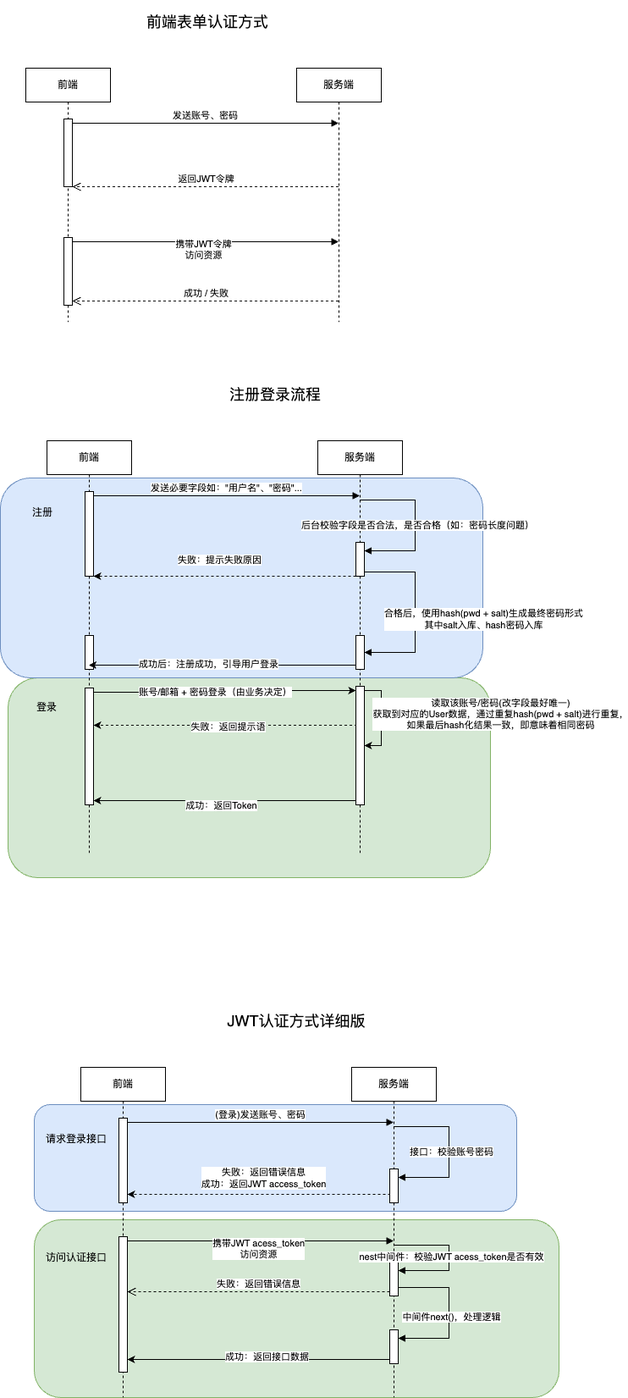
Before: Web认证方式.drawio.png, a diagram exported from draw.io (JYbill/draw). Source tidied: cells renumbered, new cells last; positions are measured from the earlier drawing's top-left corner, leaving out a move shared by most shapes.
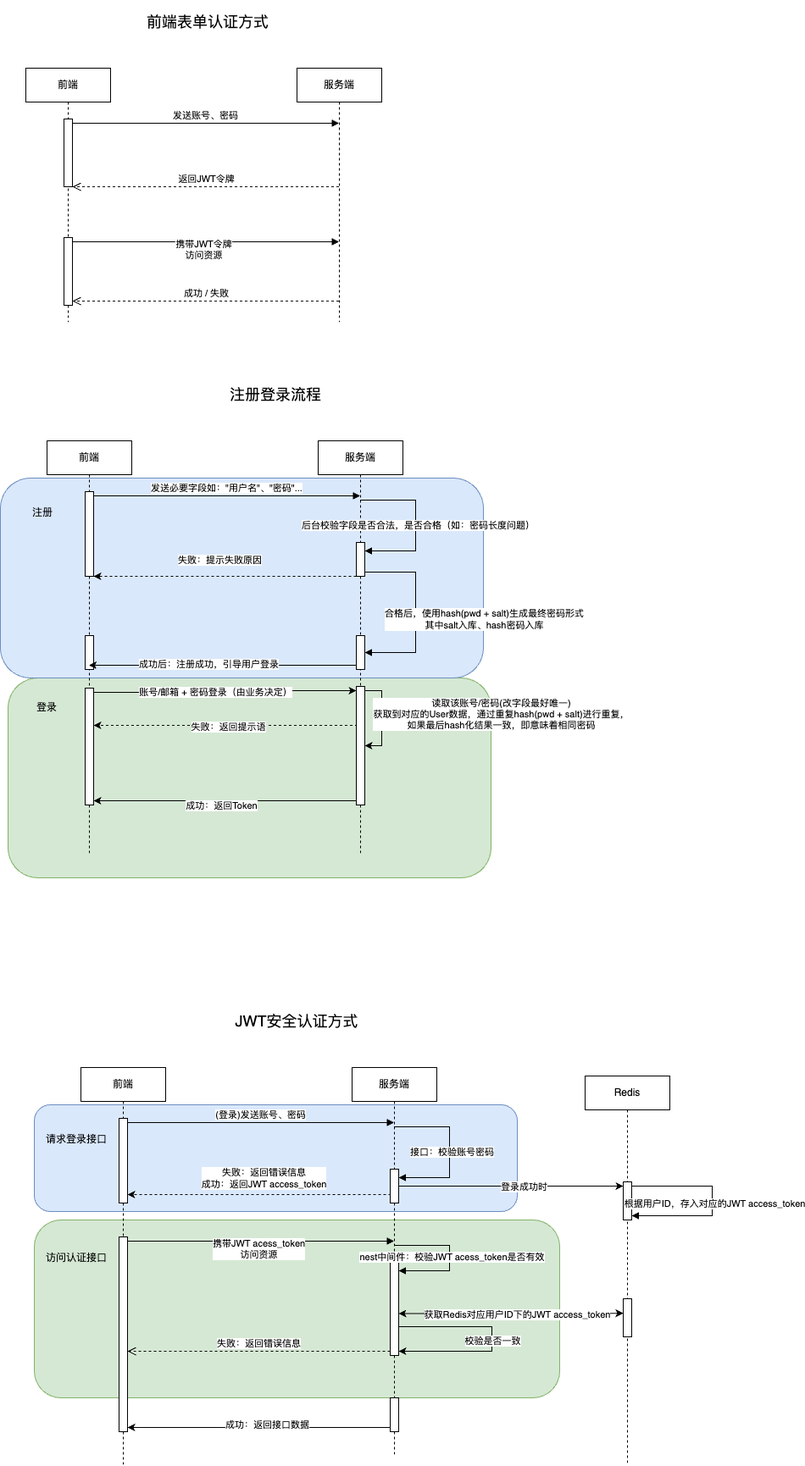
After the change.

Commit message:
更新Web认证方式.drawio.png

What changed in the source:
```diff
@@ -39,21 +39,21 @@
       <mxGeometry relative="1" as="geometry" />
     </mxCell>
     <mxCell id="14" value="前端" style="shape=umlLifeline;perimeter=lifelinePerimeter;whiteSpace=wrap;html=1;newEdgeStyle={&quot;curved&quot;:0,&quot;rounded&quot;:0};" parent="1" vertex="1">
-      <mxGeometry x="95" y="1260" width="100" height="390" as="geometry" />
+      <mxGeometry x="95" y="1260" width="100" height="470" as="geometry" />
     </mxCell>
     <mxCell id="15" style="html=1;points=[[0,0,0,0,5],[0,1,0,0,-5],[1,0,0,0,5],[1,1,0,0,-5]];perimeter=orthogonalPerimeter;outlineConnect=0;targetShapes=umlLifeline;portConstraint=eastwest;newEdgeStyle={&quot;curved&quot;:0,&quot;rounded&quot;:0};" parent="14" vertex="1">
       <mxGeometry x="45" y="60" width="10" height="100" as="geometry" />
     </mxCell>
     <mxCell id="16" style="html=1;points=[[0,0,0,0,5],[0,1,0,0,-5],[1,0,0,0,5],[1,1,0,0,-5]];perimeter=orthogonalPerimeter;outlineConnect=0;targetShapes=umlLifeline;portConstraint=eastwest;newEdgeStyle={&quot;curved&quot;:0,&quot;rounded&quot;:0};" parent="14" vertex="1">
-      <mxGeometry x="45" y="200" width="10" height="160" as="geometry" />
+      <mxGeometry x="45" y="200" width="10" height="230" as="geometry" />
     </mxCell>
-    <mxCell id="17" value="JWT认证方式详细版" style="text;html=1;strokeColor=none;fillColor=none;align=center;verticalAlign=middle;whiteSpace=wrap;rounded=0;fontSize=18;" parent="1" vertex="1">
+    <mxCell id="17" value="JWT安全认证方式" style="text;html=1;strokeColor=none;fillColor=none;align=center;verticalAlign=middle;whiteSpace=wrap;rounded=0;fontSize=18;" parent="1" vertex="1">
       <mxGeometry x="215" y="1180" width="270" height="50" as="geometry" />
     </mxCell>
     <mxCell id="18" value="服务端" style="shape=umlLifeline;perimeter=lifelinePerimeter;whiteSpace=wrap;html=1;outlineConnect=0;portConstraint=eastwest;newEdgeStyle={&quot;curved&quot;:0,&quot;rounded&quot;:0};" parent="1" vertex="1">
-      <mxGeometry x="415" y="1260" width="100" height="390" as="geometry" />
+      <mxGeometry x="415" y="1260" width="100" height="460" as="geometry" />
     </mxCell>
-    <mxCell id="19" style="html=1;points=[[0,0,0,0,5],[0,1,0,0,-5],[1,0,0,0,5],[1,1,0,0,-5]];perimeter=orthogonalPerimeter;outlineConnect=0;targetShapes=umlLifeline;portConstraint=eastwest;newEdgeStyle={&quot;curved&quot;:0,&quot;rounded&quot;:0};" parent="18" vertex="1">
+    <mxCell id="19" style="html=1;points=[[0,0,0,0,5],[0,1,0,0,-5],[1,0,0,0,5],[1,0.5,0,0,0],[1,1,0,0,-5]];perimeter=orthogonalPerimeter;outlineConnect=0;targetShapes=umlLifeline;portConstraint=eastwest;newEdgeStyle={&quot;curved&quot;:0,&quot;rounded&quot;:0};" parent="18" vertex="1">
       <mxGeometry x="45" y="120" width="10" height="40" as="geometry" />
     </mxCell>
     <mxCell id="20" style="html=1;align=left;spacingLeft=2;endArrow=block;rounded=0;edgeStyle=orthogonalEdgeStyle;curved=0;rounded=0;" parent="18" edge="1" source="18" target="19">
@@ -93,8 +93,8 @@
     <mxCell id="27" value="访问认证接口" style="text;html=1;strokeColor=none;fillColor=none;align=center;verticalAlign=middle;whiteSpace=wrap;rounded=0;" parent="1" vertex="1">
       <mxGeometry x="50" y="1470" width="80" height="30" as="geometry" />
     </mxCell>
-    <mxCell id="28" style="html=1;points=[[0,0,0,0,5],[0,1,0,0,-5],[1,0,0,0,5],[1,1,0,0,-5]];perimeter=orthogonalPerimeter;outlineConnect=0;targetShapes=umlLifeline;portConstraint=eastwest;newEdgeStyle={&quot;curved&quot;:0,&quot;rounded&quot;:0};" parent="1" vertex="1">
-      <mxGeometry x="460" y="1490" width="10" height="40" as="geometry" />
+    <mxCell id="28" style="html=1;points=[[0,0,0,0,5],[0,1,0,0,-5],[1,0,0,0,5],[1,0.55,0,0,0],[1,0.69,0,0,0],[1,1,0,0,-5]];perimeter=orthogonalPerimeter;outlineConnect=0;targetShapes=umlLifeline;portConstraint=eastwest;newEdgeStyle={&quot;curved&quot;:0,&quot;rounded&quot;:0};" parent="1" vertex="1">
+      <mxGeometry x="460" y="1490" width="10" height="110" as="geometry" />
     </mxCell>
     <mxCell id="29" style="html=1;align=left;spacingLeft=2;endArrow=block;rounded=0;edgeStyle=orthogonalEdgeStyle;curved=0;rounded=0;" parent="1" edge="1" source="18" target="28">
       <mxGeometry relative="1" as="geometry">
@@ -109,32 +109,15 @@
         <mxPoint y="1" as="offset" />
       </mxGeometry>
     </mxCell>
-    <mxCell id="31" style="edgeStyle=orthogonalEdgeStyle;rounded=0;jettySize=auto;html=1;curved=0;exitX=0;exitY=1;exitDx=0;exitDy=-5;exitPerimeter=0;" parent="1" edge="1" source="33" target="16">
-      <mxGeometry relative="1" as="geometry">
-        <Array as="points">
-          <mxPoint x="230" y="1605" />
-          <mxPoint x="230" y="1605" />
-        </Array>
-      </mxGeometry>
+    <mxCell id="31" style="edgeStyle=orthogonalEdgeStyle;rounded=0;jettySize=auto;html=1;curved=0;exitX=0;exitY=1;exitDx=0;exitDy=-5;exitPerimeter=0;entryX=1;entryY=1;entryDx=0;entryDy=-5;entryPerimeter=0;" parent="1" edge="1" source="33" target="16">
+      <mxGeometry relative="1" as="geometry" />
     </mxCell>
     <mxCell id="32" value="成功：返回接口数据" style="edgeLabel;html=1;align=center;verticalAlign=middle;" parent="31" vertex="1">
       <mxGeometry x="-0.06" y="-4" relative="1" as="geometry" />
     </mxCell>
     <mxCell id="33" style="html=1;points=[[0,0,0,0,5],[0,1,0,0,-5],[1,0,0,0,5],[1,1,0,0,-5]];perimeter=orthogonalPerimeter;outlineConnect=0;targetShapes=umlLifeline;portConstraint=eastwest;newEdgeStyle={&quot;curved&quot;:0,&quot;rounded&quot;:0};" parent="1" vertex="1">
-      <mxGeometry x="460" y="1570" width="10" height="40" as="geometry" />
+      <mxGeometry x="460" y="1650" width="10" height="40" as="geometry" />
     </mxCell>
-    <mxCell id="34" style="html=1;align=left;spacingLeft=2;endArrow=block;rounded=0;edgeStyle=orthogonalEdgeStyle;curved=0;rounded=0;exitX=1;exitY=1;exitDx=0;exitDy=-5;exitPerimeter=0;" parent="1" edge="1" source="28" target="33">
-      <mxGeometry relative="1" as="geometry">
-        <Array as="points">
-          <mxPoint x="470" y="1520" />
-          <mxPoint x="530" y="1520" />
-          <mxPoint x="530" y="1580" />
-        </Array>
-      </mxGeometry>
-    </mxCell>
-    <mxCell id="35" value="中间件next()，处理逻辑" style="edgeLabel;html=1;align=center;verticalAlign=middle;" parent="34" vertex="1">
-      <mxGeometry x="0.07" y="2" relative="1" as="geometry" />
-    </mxCell>
     <mxCell id="36" value="请求登录接口" style="text;html=1;strokeColor=none;fillColor=none;align=center;verticalAlign=middle;whiteSpace=wrap;rounded=0;" parent="1" vertex="1">
       <mxGeometry x="50" y="1330" width="80" height="30" as="geometry" />
     </mxCell>
@@ -263,5 +246,52 @@
     <mxCell id="65" value="登录" style="text;html=1;strokeColor=none;fillColor=none;align=center;verticalAlign=middle;whiteSpace=wrap;rounded=0;" parent="1" vertex="1">
       <mxGeometry x="15" y="820" width="80" height="30" as="geometry" />
     </mxCell>
+    <mxCell id="66" value="Redis" style="shape=umlLifeline;perimeter=lifelinePerimeter;whiteSpace=wrap;html=1;newEdgeStyle={&quot;curved&quot;:0,&quot;rounded&quot;:0};" parent="1" vertex="1">
+      <mxGeometry x="690" y="1270" width="100" height="460" as="geometry" />
+    </mxCell>
+    <mxCell id="67" style="html=1;points=[[0,0,0,0,5],[0,1,0,0,-5],[1,0,0,0,5],[1,1,0,0,-5]];perimeter=orthogonalPerimeter;outlineConnect=0;targetShapes=umlLifeline;portConstraint=eastwest;newEdgeStyle={&quot;curved&quot;:0,&quot;rounded&quot;:0};" parent="66" vertex="1">
+      <mxGeometry x="45" y="125" width="10" height="45" as="geometry" />
+    </mxCell>
+    <mxCell id="68" style="html=1;align=left;spacingLeft=2;endArrow=block;rounded=0;edgeStyle=orthogonalEdgeStyle;curved=0;rounded=0;entryX=1;entryY=1;entryDx=0;entryDy=-5;entryPerimeter=0;exitX=1;exitY=0;exitDx=0;exitDy=5;exitPerimeter=0;" parent="66" edge="1" source="67" target="67">
+      <mxGeometry relative="1" as="geometry">
+        <Array as="points">
+          <mxPoint x="150" y="130" />
+          <mxPoint x="150" y="165" />
+        </Array>
+      </mxGeometry>
+    </mxCell>
+    <mxCell id="69" value="根据用户ID，存入对应的JWT access_token" style="edgeLabel;html=1;align=center;verticalAlign=middle;" parent="68" vertex="1">
+      <mxGeometry x="0.01" y="2" relative="1" as="geometry">
+        <mxPoint y="1" as="offset" />
+      </mxGeometry>
+    </mxCell>
+    <mxCell id="70" style="html=1;points=[[0,0,0,0,5],[0,0.38,0,0,0],[0,1,0,0,-5],[1,0,0,0,5],[1,1,0,0,-5]];perimeter=orthogonalPerimeter;outlineConnect=0;targetShapes=umlLifeline;portConstraint=eastwest;newEdgeStyle={&quot;curved&quot;:0,&quot;rounded&quot;:0};" parent="66" vertex="1">
+      <mxGeometry x="45" y="263" width="10" height="45" as="geometry" />
+    </mxCell>
+    <mxCell id="71" style="edgeStyle=orthogonalEdgeStyle;rounded=0;jettySize=auto;html=1;curved=0;exitX=1;exitY=0.5;exitDx=0;exitDy=0;exitPerimeter=0;entryX=0;entryY=0;entryDx=0;entryDy=5;entryPerimeter=0;" parent="1" edge="1" source="19" target="67">
+      <mxGeometry relative="1" as="geometry" />
+    </mxCell>
+    <mxCell id="72" value="登录成功时" style="edgeLabel;html=1;align=center;verticalAlign=middle;" parent="71" vertex="1">
+      <mxGeometry x="0.11" relative="1" as="geometry" />
+    </mxCell>
+    <mxCell id="73" style="edgeStyle=orthogonalEdgeStyle;rounded=0;jettySize=auto;html=1;curved=0;exitX=1;exitY=0.55;exitDx=0;exitDy=0;exitPerimeter=0;entryX=0;entryY=0.38;entryDx=0;entryDy=0;entryPerimeter=0;startArrow=classic;startFill=1;" parent="1" edge="1" source="28" target="70">
+      <mxGeometry relative="1" as="geometry" />
+    </mxCell>
+    <mxCell id="74" value="获取Redis对应用户ID下的JWT access_token" style="edgeLabel;html=1;align=center;verticalAlign=middle;" parent="73" vertex="1">
+      <mxGeometry x="0.12" y="-2" relative="1" as="geometry">
+        <mxPoint x="-9" y="-1" as="offset" />
+      </mxGeometry>
+    </mxCell>
+    <mxCell id="75" style="edgeStyle=orthogonalEdgeStyle;rounded=0;orthogonalLoop=1;jettySize=auto;html=1;curved=0;exitX=1;exitY=0.69;exitDx=0;exitDy=0;exitPerimeter=0;entryX=1;entryY=1;entryDx=0;entryDy=-5;entryPerimeter=0;" parent="1" edge="1" source="28" target="28">
+      <mxGeometry relative="1" as="geometry">
+        <Array as="points">
+          <mxPoint x="580" y="1566" />
+          <mxPoint x="580" y="1595" />
+        </Array>
+      </mxGeometry>
+    </mxCell>
+    <mxCell id="76" value="校验是否一致" style="edgeLabel;html=1;align=center;verticalAlign=middle;" parent="75" vertex="1">
+      <mxGeometry x="0.02" relative="1" as="geometry" />
+    </mxCell>
   </root>
 </mxGraphModel>
```
